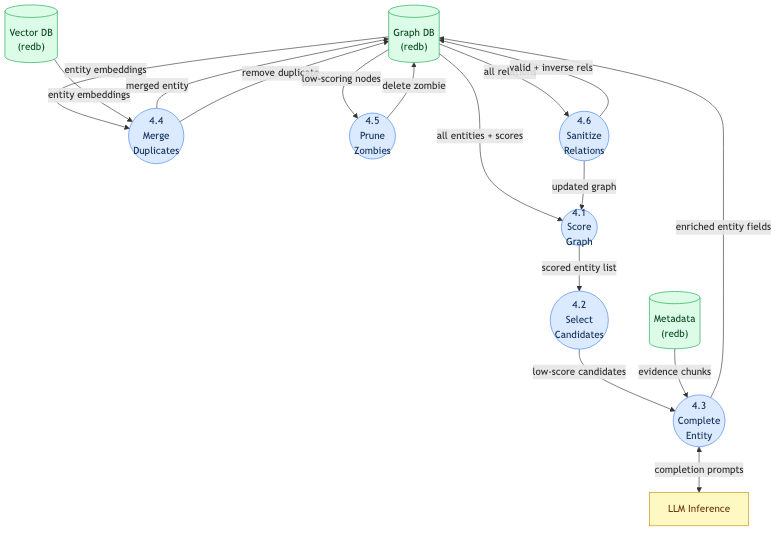
Kwaai-AI-Lab/KwaaiNet keeps this Mermaid diagram as projects/kwaai-knowledge/design/architecture/dfd-4-dream.png. Above is the earlier version. Its source is kept beside it as projects/kwaai-knowledge/design/architecture/dfd-4-dream.mmd. The source it was exported from:
```mermaid
flowchart TD
    classDef process fill:#dbeafe,stroke:#3b82f6,color:#1e3a5f
    classDef external fill:#fef9c3,stroke:#ca8a04,color:#713f12
    classDef store fill:#dcfce7,stroke:#16a34a,color:#14532d

    LLM["LLM Inference"]:::external

    GDB[("Graph DB\n(redb)")]:::store
    MDB[("Metadata\n(redb)")]:::store
    VDB[("Vector DB\n(redb)")]:::store

    P41(("4.1\nScore\nGraph")):::process
    P42(("4.2\nSelect\nCandidates")):::process
    P43(("4.3\nComplete\nEntity")):::process
    P44(("4.4\nMerge\nDuplicates")):::process
    P45(("4.5\nPrune\nZombies")):::process
    P46(("4.6\nSanitize\nRelations")):::process


    GDB -->|"all entities + scores"| P41
    P41 -->|"scored entity list"| P42
    P42 -->|"low-score candidates"| P43
    MDB -->|"evidence chunks"| P43
    P43 <-->|"completion prompts"| LLM
    P43 -->|"enriched entity fields"| GDB

    GDB -->|"entity embeddings"| P44
    VDB -->|"entity embeddings"| P44
    P44 -->|"merged entity"| GDB
    P44 -->|"remove duplicate"| GDB

    GDB -->|"low-scoring nodes"| P45
    P45 -->|"delete zombie"| GDB

    GDB -->|"all relations"| P46
    P46 -->|"valid + inverse rels"| GDB

    P46 -->|"updated graph"| P41
```
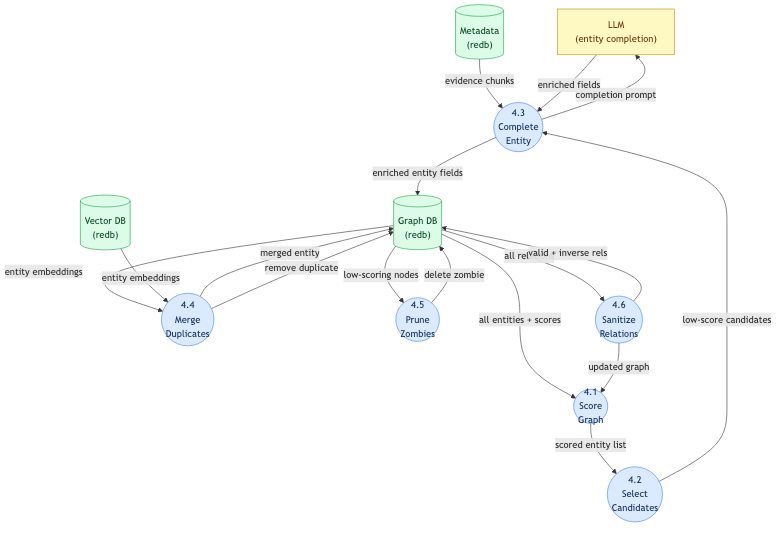
Above is the later version.

Change to the diagram source:
```diff
@@ -3,7 +3,7 @@
     classDef external fill:#fef9c3,stroke:#ca8a04,color:#713f12
     classDef store fill:#dcfce7,stroke:#16a34a,color:#14532d
 
-    LLM["LLM Inference"]:::external
+    LLM43["LLM\n(entity completion)"]:::external
 
     GDB[("Graph DB\n(redb)")]:::store
     MDB[("Metadata\n(redb)")]:::store
@@ -21,7 +21,8 @@
     P41 -->|"scored entity list"| P42
     P42 -->|"low-score candidates"| P43
     MDB -->|"evidence chunks"| P43
-    P43 <-->|"completion prompts"| LLM
+    P43 -->|"completion prompt"| LLM43
+    LLM43 -->|"enriched fields"| P43
     P43 -->|"enriched entity fields"| GDB
 
     GDB -->|"entity embeddings"| P44
```
